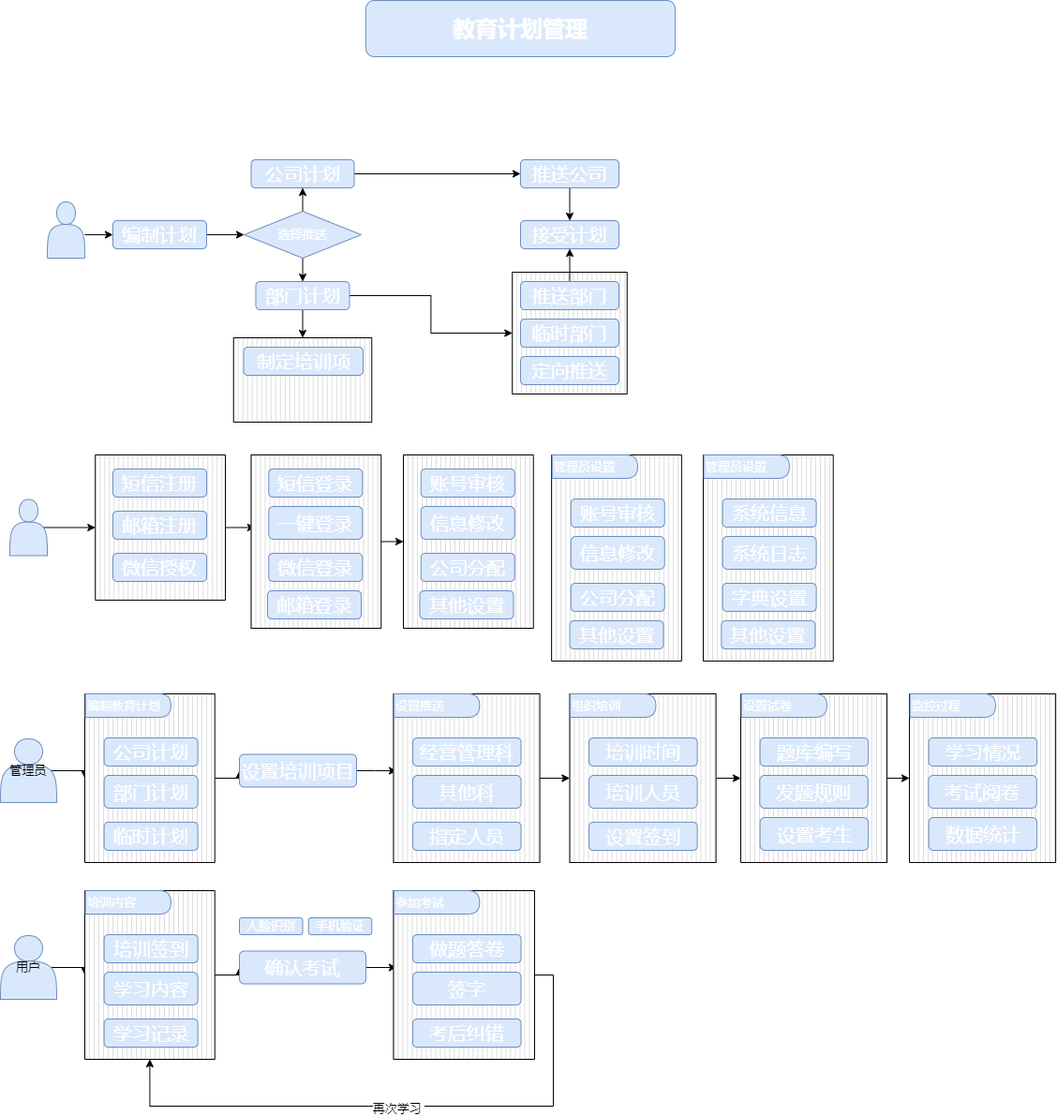
This is Untitled Diagram.drawio.png from lenonjone/Toolkits, a draw.io export, as it was before one commit. Source tidied: cells renumbered, new cells last; positions are measured from the earlier drawing's top-left corner, leaving out a move shared by most shapes.
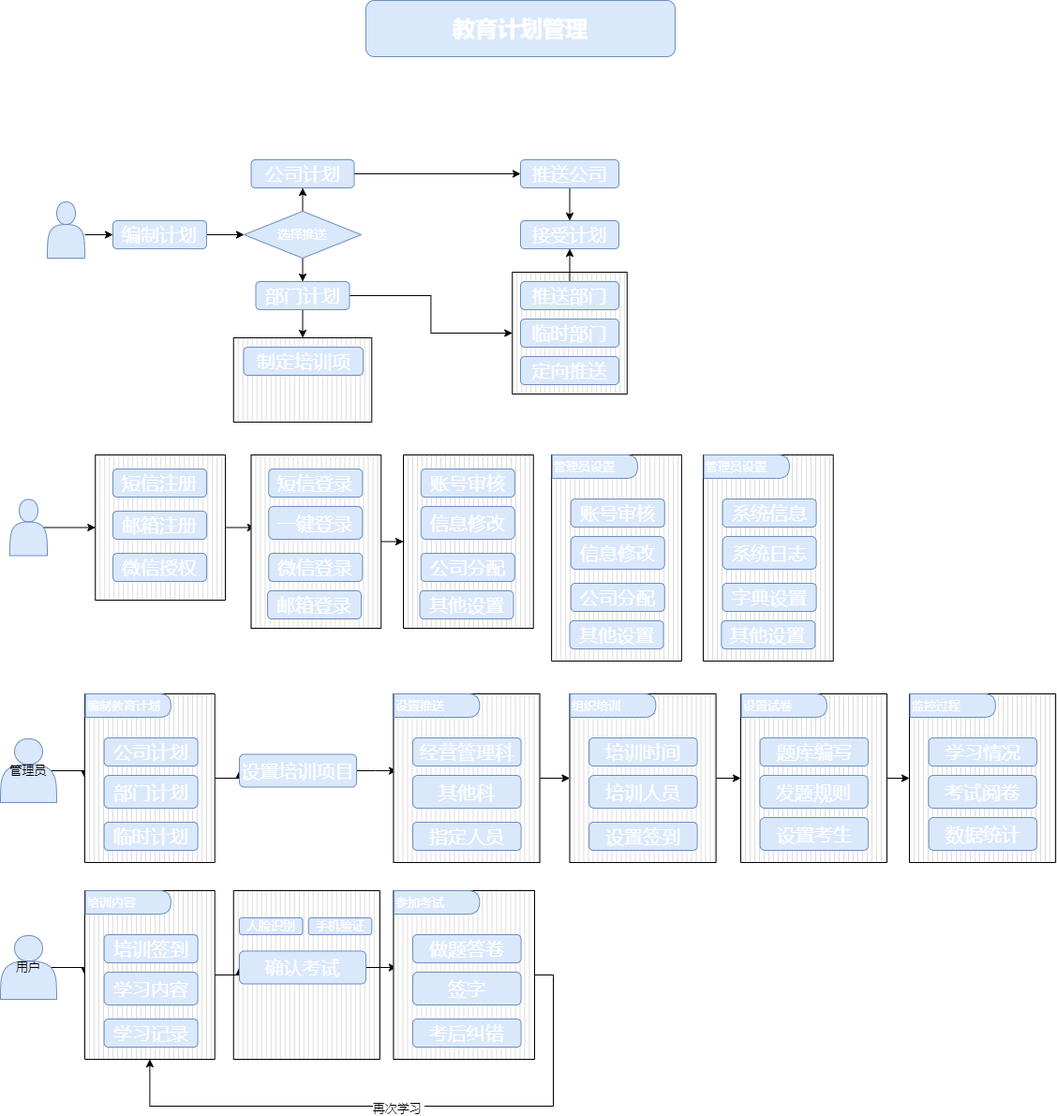
After the commit.

The edit, as a diff of the source:
```diff
@@ -2,6 +2,9 @@
   <root>
     <mxCell id="0" />
     <mxCell id="1" parent="0" />
+    <mxCell id="107" style="verticalLabelPosition=bottom;verticalAlign=top;html=1;shape=mxgraph.basic.patternFillRect;fillStyle=vert;step=5;fillStrokeWidth=0.2;fillStrokeColor=#dddddd;fontSize=13;fontColor=#FFFFFF;" parent="1" vertex="1">
+      <mxGeometry x="248.8" y="950" width="156.1" height="180" as="geometry" />
+    </mxCell>
     <mxCell id="2" style="edgeStyle=orthogonalEdgeStyle;rounded=0;jettySize=auto;html=1;exitX=1;exitY=0.5;exitDx=0;exitDy=0;exitPerimeter=0;entryX=0.032;entryY=0.422;entryDx=0;entryDy=0;entryPerimeter=0;fontSize=13;fontColor=#FFFFFF;" parent="1" edge="1" source="3" target="33">
       <mxGeometry relative="1" as="geometry" />
     </mxCell>
```
